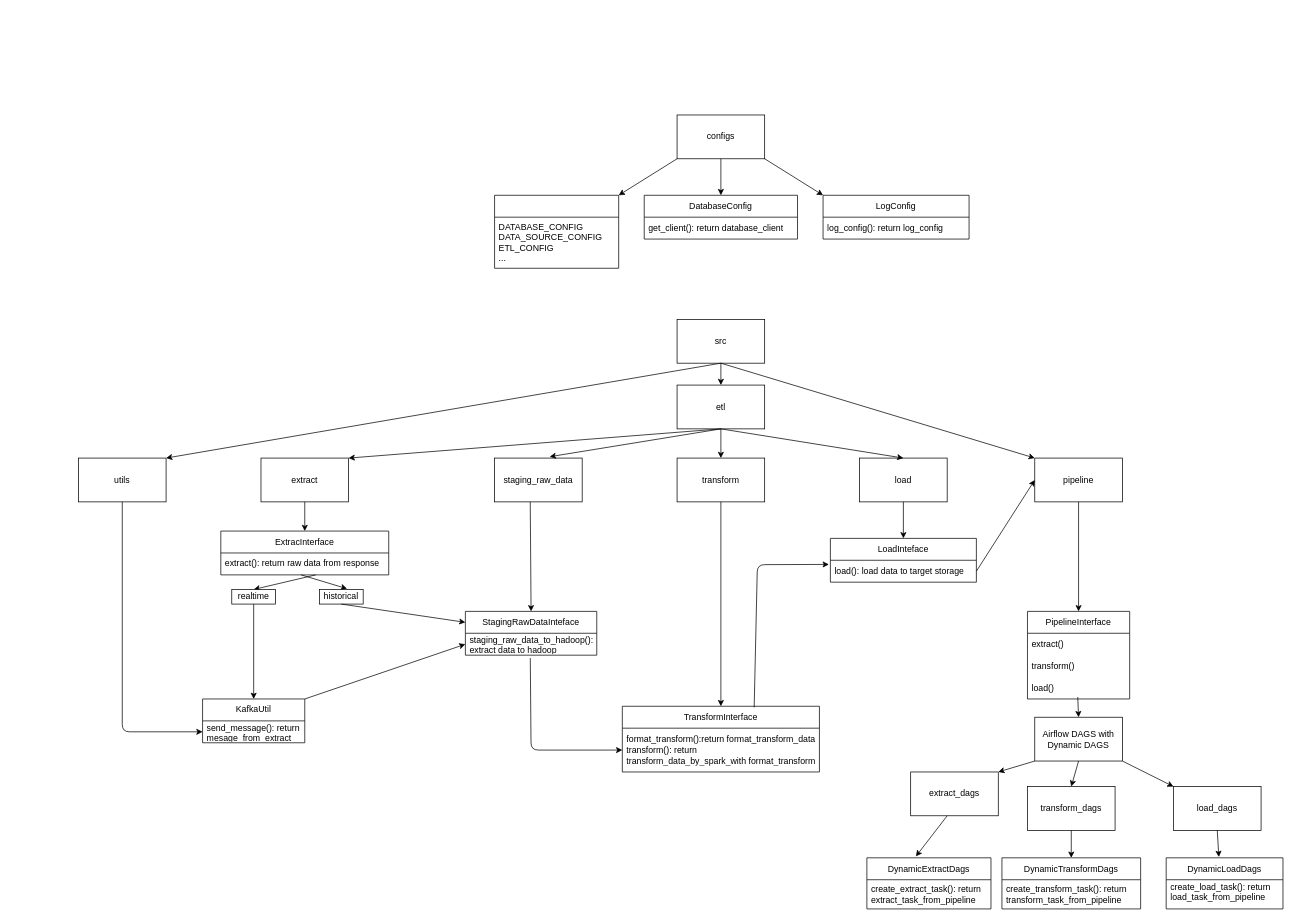
adee0210/symbol-bigdata-project keeps this draw.io diagram as docs/oop_design.drawio. Above is the earlier version. Source tidied: cells renumbered, new cells numbered last; positions are measured from the earlier drawing's top-left corner, leaving out a move shared by most shapes. Both pictures are drawn from the tidied source at 73%, with x=0, y=0 at pixel (78, 115).
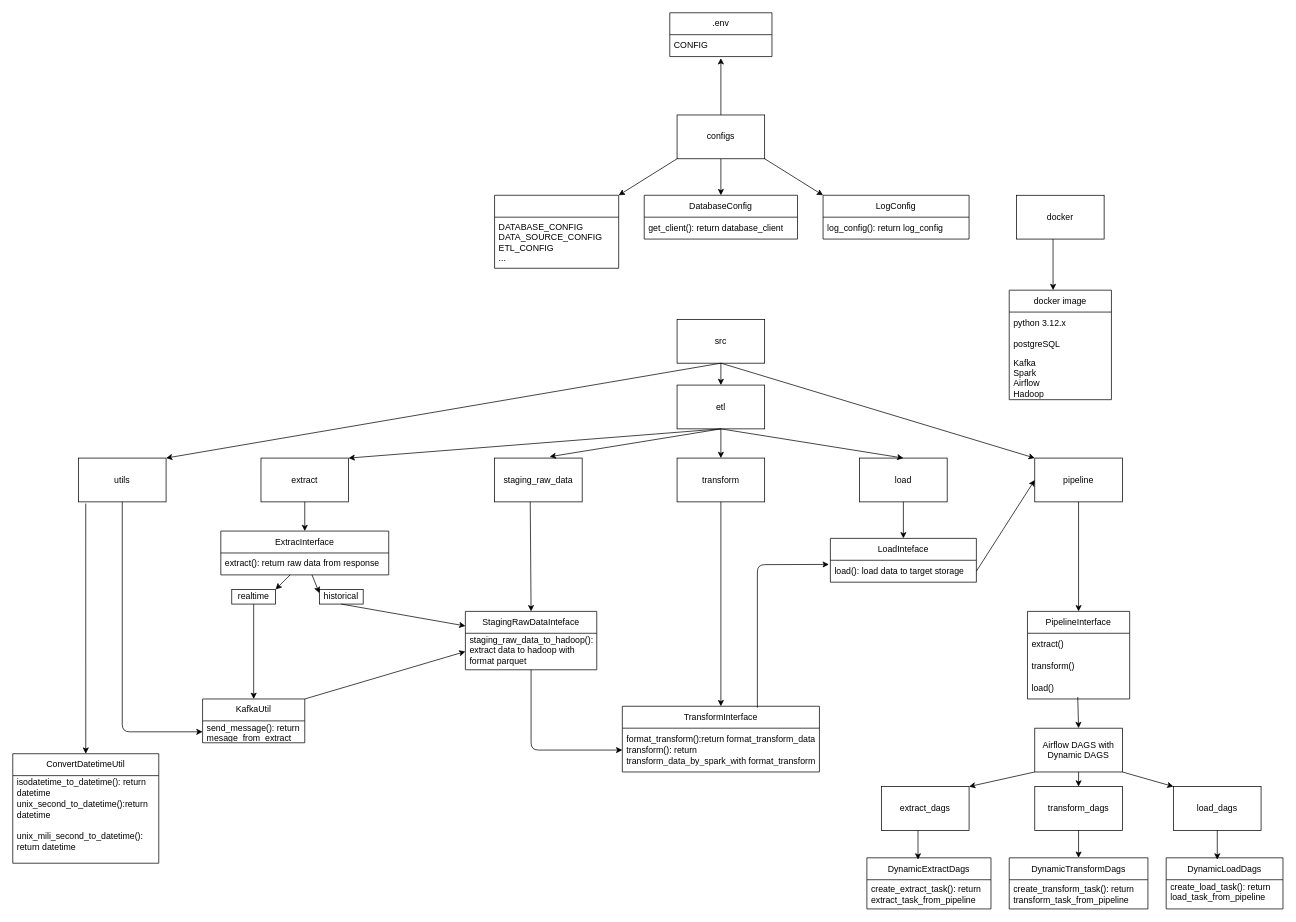
The same diagram, later.

The change refers to these unchanged cells:
```xml
<mxCell id="8" value="configs" style="rounded=0;whiteSpace=wrap;html=1;" parent="1" vertex="1">
  <mxGeometry x="820" width="120" height="60" as="geometry" />
</mxCell>
<mxCell id="14" value="ExtracInterface" style="swimlane;fontStyle=0;horizontal=1;startSize=30;whiteSpace=wrap;html=1;" parent="1" vertex="1">
  <mxGeometry x="195" y="570" width="230" height="60" as="geometry" />
</mxCell>
<mxCell id="17" value="extract(): return raw data from response" style="text;strokeColor=none;fillColor=none;align=left;verticalAlign=middle;spacingLeft=4;spacingRight=4;overflow=hidden;points=[[0,0.5],[1,0.5]];portConstraint=eastwest;whiteSpace=wrap;html=1;" parent="14" vertex="1">
  <mxGeometry y="30" width="230" height="30" as="geometry" />
</mxCell>
<mxCell id="18" value="TransformInterface" style="swimlane;fontStyle=0;horizontal=1;startSize=30;whiteSpace=wrap;html=1;" parent="1" vertex="1">
  <mxGeometry x="745" y="810" width="270" height="90" as="geometry" />
</mxCell>
<mxCell id="19" value="&lt;div&gt;format_transform():return format_transform_data&lt;/div&gt;transform(): return transform_data_by_spark_with format_transform" style="text;strokeColor=none;fillColor=none;align=left;verticalAlign=middle;spacingLeft=4;spacingRight=4;overflow=hidden;points=[[0,0.5],[1,0.5]];portConstraint=eastwest;whiteSpace=wrap;html=1;" parent="18" vertex="1">
  <mxGeometry y="30" width="270" height="60" as="geometry" />
</mxCell>
<mxCell id="21" value="load(): load data to target storage" style="text;strokeColor=none;fillColor=none;align=left;verticalAlign=middle;spacingLeft=4;spacingRight=4;overflow=hidden;points=[[0,0.5],[1,0.5]];portConstraint=eastwest;whiteSpace=wrap;html=1;" parent="20" vertex="1">
  <mxGeometry y="30" width="200" height="30" as="geometry" />
</mxCell>
<mxCell id="23" value="realtime" style="rounded=0;whiteSpace=wrap;html=1;" parent="1" vertex="1">
  <mxGeometry x="210" y="650" width="60" height="20" as="geometry" />
</mxCell>
<mxCell id="24" value="historical" style="rounded=0;whiteSpace=wrap;html=1;" parent="1" vertex="1">
  <mxGeometry x="330" y="650" width="60" height="20" as="geometry" />
</mxCell>
<mxCell id="36" value="load_dags" style="rounded=0;whiteSpace=wrap;html=1;" parent="1" vertex="1">
  <mxGeometry x="1500" y="920" width="120" height="60" as="geometry" />
</mxCell>
<mxCell id="39" value="DynamicExtractDags" style="swimlane;fontStyle=0;horizontal=1;startSize=30;whiteSpace=wrap;html=1;" parent="1" vertex="1">
  <mxGeometry x="1080" y="1017.6" width="170" height="70" as="geometry" />
</mxCell>
<mxCell id="43" value="DynamicLoadDags" style="swimlane;fontStyle=0;horizontal=1;startSize=30;whiteSpace=wrap;html=1;" parent="1" vertex="1">
  <mxGeometry x="1490" y="1017.6" width="160" height="70" as="geometry" />
</mxCell>
<mxCell id="70" value="utils" style="rounded=0;whiteSpace=wrap;html=1;" parent="1" vertex="1">
  <mxGeometry y="470" width="120" height="60" as="geometry" />
</mxCell>
```

The edit, as a diff of the source:
```diff
@@
-    <mxCell id="15" style="endArrow=classic;html=1;entryX=0.5;entryY=0;entryDx=0;entryDy=0;" parent="14" edge="1" target="23">
-      <mxGeometry relative="1" as="geometry">
-        <mxPoint x="130" y="60" as="sourcePoint" />
-      </mxGeometry>
-    </mxCell>
-    <mxCell id="16" style="endArrow=classic;html=1;entryX=0.633;entryY=-0.05;entryDx=0;entryDy=0;entryPerimeter=0;" parent="14" edge="1" target="24">
-      <mxGeometry relative="1" as="geometry">
-        <mxPoint x="110" y="60" as="sourcePoint" />
-      </mxGeometry>
-    </mxCell>
@@
     <mxCell id="32" value="Airflow DAGS with Dynamic DAGS" style="rounded=0;whiteSpace=wrap;html=1;" parent="1" vertex="1">
-      <mxGeometry x="1310" y="825" width="120" height="60" as="geometry" />
+      <mxGeometry x="1310" y="840" width="120" height="60" as="geometry" />
     </mxCell>
@@
     <mxCell id="34" value="transform_dags" style="rounded=0;whiteSpace=wrap;html=1;" parent="1" vertex="1">
-      <mxGeometry x="1300" y="920" width="120" height="60" as="geometry" />
+      <mxGeometry x="1310" y="920" width="120" height="60" as="geometry" />
     </mxCell>
     <mxCell id="35" value="extract_dags" style="rounded=0;whiteSpace=wrap;html=1;" parent="1" vertex="1">
-      <mxGeometry x="1140" y="900" width="120" height="60" as="geometry" />
+      <mxGeometry x="1100" y="920" width="120" height="60" as="geometry" />
     </mxCell>
@@
     <mxCell id="41" value="DynamicTransformDags" style="swimlane;fontStyle=0;horizontal=1;startSize=30;whiteSpace=wrap;html=1;" parent="1" vertex="1">
-      <mxGeometry x="1265" y="1017.6" width="190" height="70" as="geometry" />
+      <mxGeometry x="1275" y="1017.6" width="190" height="70" as="geometry" />
     </mxCell>
@@
-    <mxCell id="45" style="endArrow=classic;html=1;entryX=0.395;entryY=-0.028;entryDx=0;entryDy=0;exitX=0.417;exitY=1;exitDx=0;exitDy=0;exitPerimeter=0;entryPerimeter=0;" parent="1" edge="1" source="35" target="39">
+    <mxCell id="45" style="endArrow=classic;html=1;entryX=0.412;entryY=0.034;entryDx=0;entryDy=0;exitX=0.417;exitY=1;exitDx=0;exitDy=0;exitPerimeter=0;entryPerimeter=0;" parent="1" edge="1" source="35" target="39">
       <mxGeometry relative="1" as="geometry" />
     </mxCell>
@@
-    <mxCell id="47" style="endArrow=classic;html=1;entryX=0.451;entryY=-0.016;entryDx=0;entryDy=0;exitX=0.5;exitY=1;exitDx=0;exitDy=0;entryPerimeter=0;" parent="1" edge="1" source="36" target="43">
-      <mxGeometry relative="1" as="geometry" />
+    <mxCell id="47" style="endArrow=classic;html=1;exitX=0.5;exitY=1;exitDx=0;exitDy=0;" parent="1" edge="1" source="36">
+      <mxGeometry relative="1" as="geometry">
+        <mxPoint x="1560" y="1020" as="targetPoint" />
+      </mxGeometry>
     </mxCell>
@@
     <mxCell id="58" value="StagingRawDataInteface" style="swimlane;fontStyle=0;horizontal=1;startSize=30;whiteSpace=wrap;html=1;" parent="1" vertex="1">
-      <mxGeometry x="530" y="680" width="180" height="60" as="geometry" />
+      <mxGeometry x="530" y="680" width="180" height="80" as="geometry" />
     </mxCell>
-    <mxCell id="59" value="staging_raw_data_to_hadoop(): extract data to hadoop&lt;div&gt;&lt;br&gt;&lt;/div&gt;" style="text;strokeColor=none;fillColor=none;align=left;verticalAlign=middle;spacingLeft=4;spacingRight=4;overflow=hidden;points=[[0,0.5],[1,0.5]];portConstraint=eastwest;whiteSpace=wrap;html=1;" parent="58" vertex="1">
-      <mxGeometry y="30" width="180" height="30" as="geometry" />
+    <mxCell id="59" value="staging_raw_data_to_hadoop(): extract data to hadoop with format parquet&lt;div&gt;&lt;br&gt;&lt;/div&gt;" style="text;strokeColor=none;fillColor=none;align=left;verticalAlign=middle;spacingLeft=4;spacingRight=4;overflow=hidden;points=[[0,0.5],[1,0.5]];portConstraint=eastwest;whiteSpace=wrap;html=1;" parent="58" vertex="1">
+      <mxGeometry y="30" width="180" height="50" as="geometry" />
     </mxCell>
@@
-    <mxCell id="66" style="endArrow=classic;html=1;entryX=0;entryY=0.5;entryDx=0;entryDy=0;exitX=0.494;exitY=1.133;exitDx=0;exitDy=0;exitPerimeter=0;" parent="1" edge="1" source="59" target="19">
+    <mxCell id="66" style="endArrow=classic;html=1;entryX=0;entryY=0.5;entryDx=0;entryDy=0;" parent="1" edge="1" source="59" target="19">
       <mxGeometry relative="1" as="geometry">
         <Array as="points">
           <mxPoint x="620" y="870" />
         </Array>
       </mxGeometry>
     </mxCell>
-    <mxCell id="67" style="endArrow=classic;html=1;entryX=-0.01;entryY=0.189;entryDx=0;entryDy=0;entryPerimeter=0;exitX=0.669;exitY=0.017;exitDx=0;exitDy=0;exitPerimeter=0;" parent="1" edge="1" source="18" target="21">
+    <mxCell id="67" style="endArrow=classic;html=1;entryX=-0.01;entryY=0.189;entryDx=0;entryDy=0;entryPerimeter=0;" parent="1" edge="1" target="21">
       <mxGeometry relative="1" as="geometry">
+        <mxPoint x="930" y="812" as="sourcePoint" />
         <Array as="points">
           <mxPoint x="930" y="616" />
         </Array>
       </mxGeometry>
     </mxCell>
@@
+    <mxCell id="74" value="docker" style="rounded=0;whiteSpace=wrap;html=1;" parent="1" vertex="1">
+      <mxGeometry x="1285" y="110" width="120" height="60" as="geometry" />
+    </mxCell>
+    <mxCell id="75" style="endArrow=classic;html=1;exitX=0.417;exitY=1;exitDx=0;exitDy=0;exitPerimeter=0;entryX=0.429;entryY=0;entryDx=0;entryDy=0;entryPerimeter=0;" parent="1" edge="1" source="74" target="76">
+      <mxGeometry relative="1" as="geometry" />
+    </mxCell>
+    <mxCell id="76" value="docker image" style="swimlane;fontStyle=0;horizontal=1;startSize=30;whiteSpace=wrap;html=1;" parent="1" vertex="1">
+      <mxGeometry x="1275" y="240" width="140" height="150" as="geometry" />
+    </mxCell>
+    <mxCell id="77" value="python 3.12.x" style="text;strokeColor=none;fillColor=none;align=left;verticalAlign=middle;spacingLeft=4;spacingRight=4;overflow=hidden;whiteSpace=wrap;html=1;" parent="76" vertex="1">
+      <mxGeometry y="30" width="140" height="30" as="geometry" />
+    </mxCell>
+    <mxCell id="78" value="postgreSQL" style="text;strokeColor=none;fillColor=none;align=left;verticalAlign=middle;spacingLeft=4;spacingRight=4;overflow=hidden;whiteSpace=wrap;html=1;" parent="76" vertex="1">
+      <mxGeometry y="60" width="140" height="30" as="geometry" />
+    </mxCell>
+    <mxCell id="79" value="Kafka&lt;div&gt;Spark&lt;/div&gt;&lt;div&gt;Airflow&lt;/div&gt;&lt;div&gt;Hadoop&lt;/div&gt;&lt;div&gt;&lt;br&gt;&lt;/div&gt;" style="text;strokeColor=none;fillColor=none;align=left;verticalAlign=middle;spacingLeft=4;spacingRight=4;overflow=hidden;whiteSpace=wrap;html=1;" parent="76" vertex="1">
+      <mxGeometry y="90" width="140" height="60" as="geometry" />
+    </mxCell>
+    <mxCell id="80" style="endArrow=classic;html=1;exitX=0.083;exitY=1.039;exitDx=0;exitDy=0;exitPerimeter=0;entryX=0.5;entryY=0;entryDx=0;entryDy=0;" parent="1" edge="1" source="70" target="81">
+      <mxGeometry relative="1" as="geometry" />
+    </mxCell>
+    <mxCell id="81" value="ConvertDatetimeUtil" style="swimlane;fontStyle=0;horizontal=1;startSize=30;whiteSpace=wrap;html=1;" parent="1" vertex="1">
+      <mxGeometry x="-90" y="875" width="200" height="150" as="geometry" />
+    </mxCell>
+    <mxCell id="82" value="isodatetime_to_datetime(): return datetime" style="text;strokeColor=none;fillColor=none;align=left;verticalAlign=middle;spacingLeft=4;spacingRight=4;overflow=hidden;whiteSpace=wrap;html=1;" parent="81" vertex="1">
+      <mxGeometry y="30" width="200" height="30" as="geometry" />
+    </mxCell>
+    <mxCell id="83" value="unix_second_to_datetime():return datetime" style="text;strokeColor=none;fillColor=none;align=left;verticalAlign=middle;spacingLeft=4;spacingRight=4;overflow=hidden;whiteSpace=wrap;html=1;" parent="81" vertex="1">
+      <mxGeometry y="60" width="200" height="30" as="geometry" />
+    </mxCell>
+    <mxCell id="84" value="unix_mili_second_to_datetime(): return datetime" style="text;strokeColor=none;fillColor=none;align=left;verticalAlign=middle;spacingLeft=4;spacingRight=4;overflow=hidden;whiteSpace=wrap;html=1;" parent="81" vertex="1">
+      <mxGeometry y="90" width="200" height="60" as="geometry" />
+    </mxCell>
+    <mxCell id="85" value=".env" style="swimlane;fontStyle=0;horizontal=1;startSize=30;whiteSpace=wrap;html=1;" parent="1" vertex="1">
+      <mxGeometry x="810" y="-140" width="140" height="60" as="geometry" />
+    </mxCell>
+    <mxCell id="86" value="CONFIG&amp;nbsp;" style="text;strokeColor=none;fillColor=none;align=left;verticalAlign=middle;spacingLeft=4;spacingRight=4;overflow=hidden;points=[[0,0.5],[1,0.5]];portConstraint=eastwest;whiteSpace=wrap;html=1;" parent="85" vertex="1">
+      <mxGeometry y="30" width="140" height="30" as="geometry" />
+    </mxCell>
+    <mxCell id="87" style="edgeStyle=none;html=1;exitX=0.5;exitY=0;exitDx=0;exitDy=0;entryX=0.5;entryY=1.073;entryDx=0;entryDy=0;entryPerimeter=0;" parent="1" edge="1" source="8" target="86">
+      <mxGeometry relative="1" as="geometry" />
+    </mxCell>
+    <mxCell id="88" style="endArrow=classic;html=1;exitX=0.413;exitY=1;exitDx=0;exitDy=0;exitPerimeter=0;entryX=1;entryY=0;entryDx=0;entryDy=0;" parent="1" edge="1" source="17" target="23">
+      <mxGeometry relative="1" as="geometry" />
+    </mxCell>
+    <mxCell id="89" style="endArrow=classic;html=1;exitX=0.543;exitY=1;exitDx=0;exitDy=0;exitPerimeter=0;entryX=0;entryY=0.25;entryDx=0;entryDy=0;" parent="1" edge="1" source="17" target="24">
+      <mxGeometry relative="1" as="geometry" />
+    </mxCell>
```
